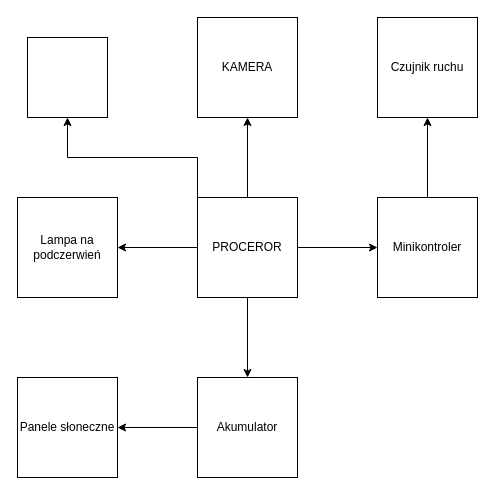
karol-77/WildCamX keeps this draw.io diagram as BlockDiagram/Elementy.drawio. Above is the earlier version. Source tidied: cells renumbered, new cells numbered last; positions are measured from the earlier drawing's top-left corner, leaving out a move shared by most shapes. Both pictures are drawn from the tidied source at 100%, with x=0, y=0 at pixel (17, 17).
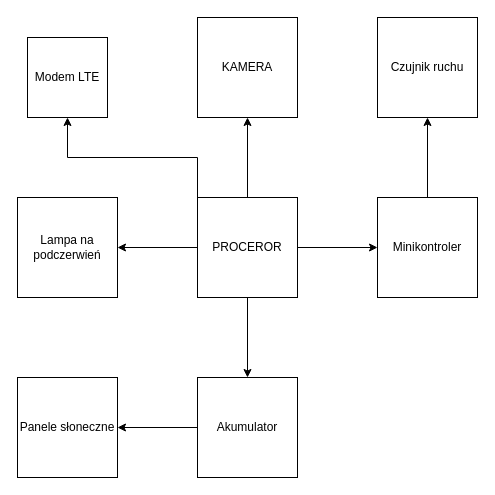
The same page after the edit.

Commit message:
changed block diagram

Diff of the diagram source:
```diff
@@
 <mxGraphModel>
   <root>
     <mxCell id="0" />
     <mxCell id="1" parent="0" />
     <mxCell id="2" style="edgeStyle=orthogonalEdgeStyle;rounded=0;jettySize=auto;html=1;" parent="1" edge="1" source="7" target="8">
       <mxGeometry relative="1" as="geometry" />
     </mxCell>
     <mxCell id="3" style="edgeStyle=orthogonalEdgeStyle;rounded=0;jettySize=auto;html=1;" parent="1" edge="1" source="7" target="10">
       <mxGeometry relative="1" as="geometry" />
     </mxCell>
     <mxCell id="4" style="edgeStyle=orthogonalEdgeStyle;rounded=0;jettySize=auto;html=1;" parent="1" edge="1" source="7" target="11">
       <mxGeometry relative="1" as="geometry" />
     </mxCell>
     <mxCell id="5" style="edgeStyle=orthogonalEdgeStyle;rounded=0;jettySize=auto;html=1;" parent="1" edge="1" source="7" target="13">
       <mxGeometry relative="1" as="geometry" />
     </mxCell>
     <mxCell id="6" style="edgeStyle=orthogonalEdgeStyle;rounded=0;jettySize=auto;html=1;exitX=0;exitY=0;exitDx=0;exitDy=0;" parent="1" edge="1" source="7" target="16">
       <mxGeometry relative="1" as="geometry" />
     </mxCell>
     <mxCell id="7" value="PROCEROR" style="whiteSpace=wrap;html=1;" parent="1" vertex="1">
       <mxGeometry x="180" y="180" width="100" height="100" as="geometry" />
     </mxCell>
     <mxCell id="8" value="KAMERA" style="whiteSpace=wrap;html=1;" parent="1" vertex="1">
       <mxGeometry x="180" width="100" height="100" as="geometry" />
     </mxCell>
     <mxCell id="9" style="edgeStyle=orthogonalEdgeStyle;rounded=0;jettySize=auto;html=1;" parent="1" edge="1" source="10" target="15">
       <mxGeometry relative="1" as="geometry" />
     </mxCell>
     <mxCell id="10" value="Akumulator" style="whiteSpace=wrap;html=1;" parent="1" vertex="1">
       <mxGeometry x="180" y="360" width="100" height="100" as="geometry" />
     </mxCell>
     <mxCell id="11" value="Lampa na podczerwień" style="whiteSpace=wrap;html=1;" parent="1" vertex="1">
       <mxGeometry y="180" width="100" height="100" as="geometry" />
     </mxCell>
     <mxCell id="12" style="edgeStyle=orthogonalEdgeStyle;rounded=0;jettySize=auto;html=1;" parent="1" edge="1" source="13" target="14">
       <mxGeometry relative="1" as="geometry" />
     </mxCell>
     <mxCell id="13" value="Minikontroler" style="whiteSpace=wrap;html=1;" parent="1" vertex="1">
       <mxGeometry x="360" y="180" width="100" height="100" as="geometry" />
     </mxCell>
     <mxCell id="14" value="Czujnik ruchu" style="whiteSpace=wrap;html=1;" parent="1" vertex="1">
       <mxGeometry x="360" width="100" height="100" as="geometry" />
     </mxCell>
     <mxCell id="15" value="Panele słoneczne" style="whiteSpace=wrap;html=1;" parent="1" vertex="1">
       <mxGeometry y="360" width="100" height="100" as="geometry" />
     </mxCell>
-    <mxCell id="16" style="whiteSpace=wrap;html=1;" parent="1" vertex="1">
+    <mxCell id="16" value="Modem LTE" style="whiteSpace=wrap;html=1;" parent="1" vertex="1">
       <mxGeometry x="10" y="20" width="80" height="80" as="geometry" />
     </mxCell>
   </root>
 </mxGraphModel>
```
